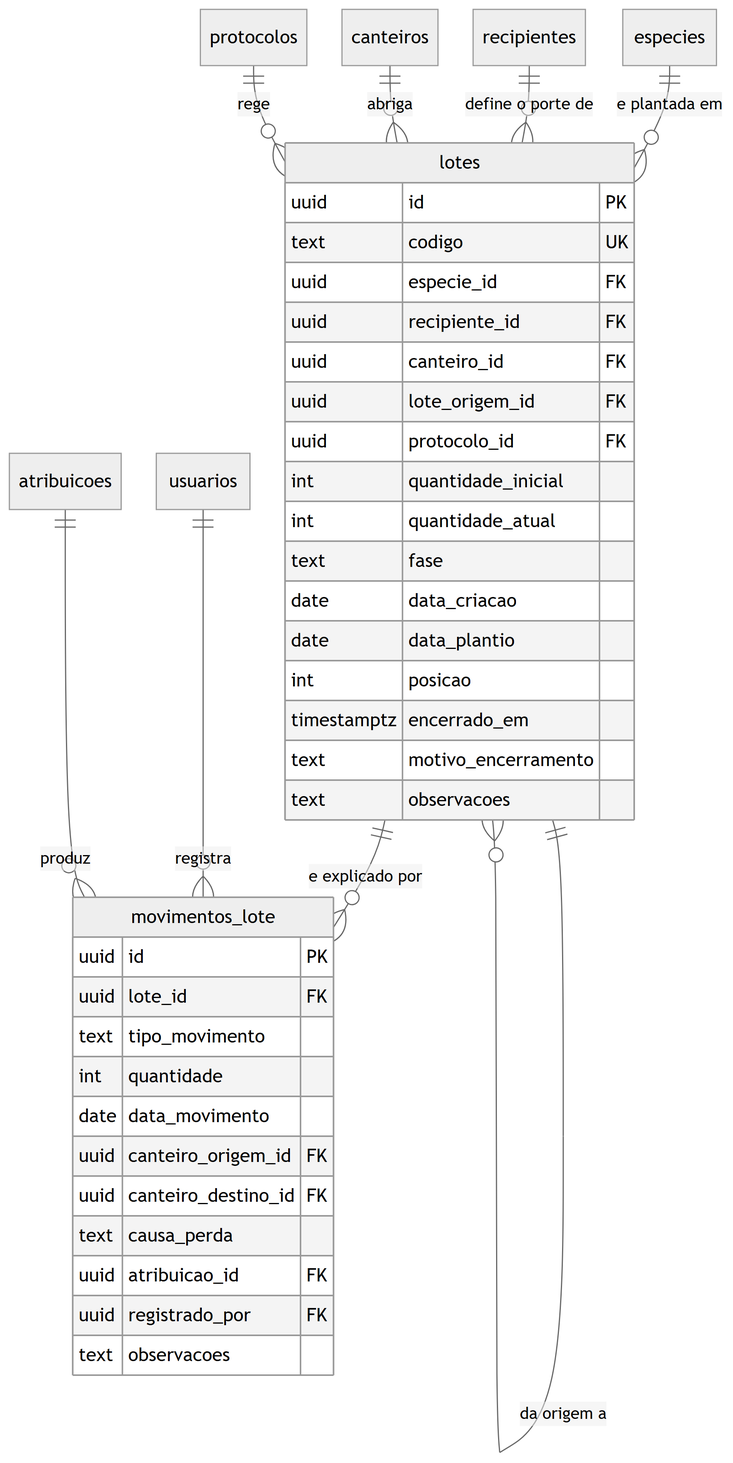
Before: docs/engenharia/modelo-dados-pt/img/fig15-producao-lote.png, a diagram exported from Mermaid (JoaoMudar/tcc). Its source is kept beside it as docs/engenharia/modelo-dados-pt/mmd/fig15-producao-lote.mmd.
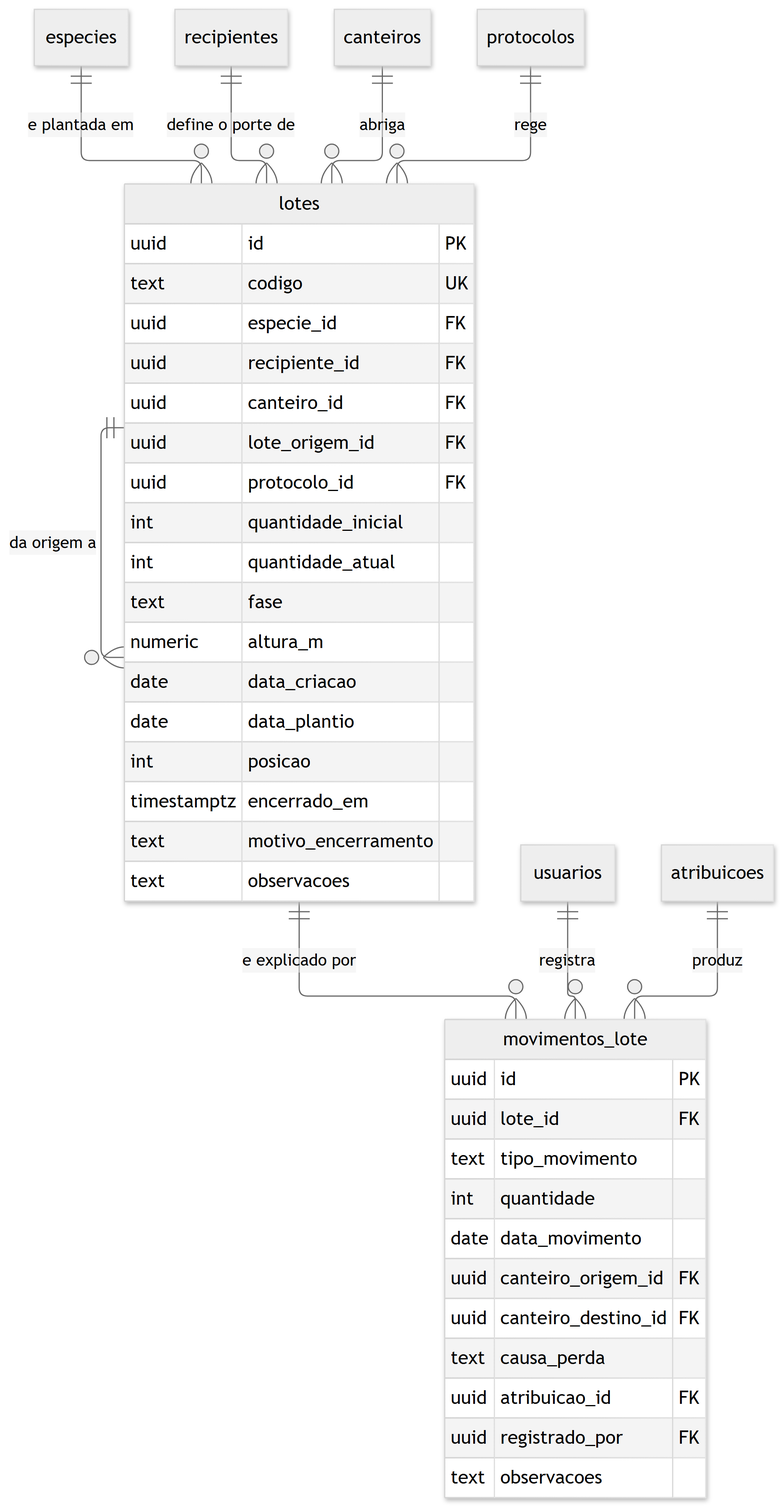
Above is the later version.

Change to the diagram source:
```diff
@@ -10,6 +10,7 @@
     int         quantidade_inicial
     int         quantidade_atual
     text        fase
+    numeric     altura_m
     date        data_criacao
     date        data_plantio
     int         posicao
```
